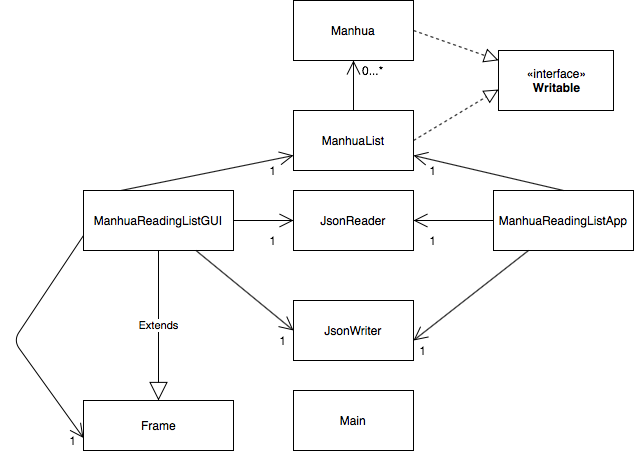
This is UML_Design_Diagram.png from StepC-arch98/Manhua-Reading-List-App, a draw.io export, as it was before one commit. Source tidied: cells renumbered, new cells last; positions are measured from the earlier drawing's top-left corner, leaving out a move shared by most shapes.
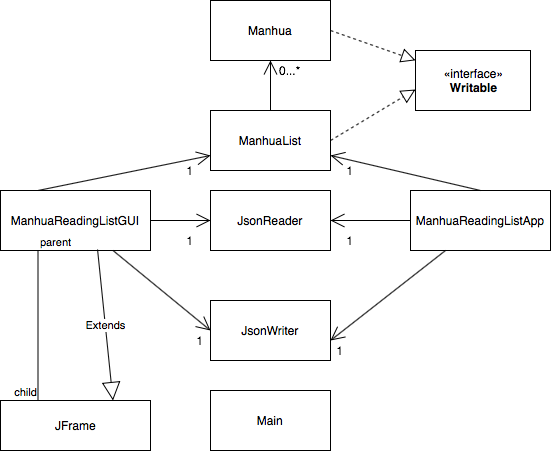
The same diagram one commit later.

Diff of the diagram source:
```diff
@@ -84,21 +84,20 @@
     <mxCell id="26" value="1" style="text;html=1;strokeColor=none;fillColor=none;align=center;verticalAlign=middle;whiteSpace=wrap;rounded=0;" parent="1" vertex="1">
       <mxGeometry x="240" y="160" width="40" height="20" as="geometry" />
     </mxCell>
-    <mxCell id="27" value="Frame" style="html=1;" parent="1" vertex="1">
+    <mxCell id="27" value="JFrame" style="html=1;" parent="1" vertex="1">
       <mxGeometry x="70" y="400" width="150" height="50" as="geometry" />
     </mxCell>
-    <mxCell id="28" value="Extends" style="endArrow=block;endSize=16;endFill=0;html=1;entryX=0.5;entryY=0;entryDx=0;entryDy=0;exitX=0.5;exitY=1;exitDx=0;exitDy=0;" parent="1" edge="1" source="9" target="27">
+    <mxCell id="28" value="Extends" style="endArrow=block;endSize=16;endFill=0;html=1;entryX=0.75;entryY=0;entryDx=0;entryDy=0;exitX=0.647;exitY=0.983;exitDx=0;exitDy=0;exitPerimeter=0;" parent="1" edge="1" source="9" target="27">
       <mxGeometry relative="1" as="geometry" />
     </mxCell>
-    <mxCell id="29" style="endArrow=open;endFill=1;endSize=12;html=1;exitX=0;exitY=0.75;exitDx=0;exitDy=0;entryX=0;entryY=0.75;entryDx=0;entryDy=0;" parent="1" edge="1" source="9" target="27">
-      <mxGeometry relative="1" as="geometry">
-        <Array as="points">
-          <mxPoint y="340" />
-        </Array>
-      </mxGeometry>
+    <mxCell id="29" style="endArrow=none;html=1;edgeStyle=orthogonalEdgeStyle;entryX=0.25;entryY=0;entryDx=0;entryDy=0;exitX=0.25;exitY=1;exitDx=0;exitDy=0;" parent="1" edge="1" source="9" target="27">
+      <mxGeometry relative="1" as="geometry" />
     </mxCell>
-    <mxCell id="30" value="1" style="text;html=1;strokeColor=none;fillColor=none;align=center;verticalAlign=middle;whiteSpace=wrap;rounded=0;" parent="1" vertex="1">
-      <mxGeometry x="40" y="430" width="40" height="20" as="geometry" />
-    </mxCell>
+    <mxCell id="31" value="parent" style="edgeLabel;html=1;align=left;verticalAlign=bottom;" parent="29" vertex="1">
+      <mxGeometry x="-1" relative="1" as="geometry" />
+    </mxCell>
+    <mxCell id="32" value="child" style="edgeLabel;html=1;align=right;verticalAlign=bottom;" parent="29" vertex="1">
+      <mxGeometry x="1" relative="1" as="geometry" />
+    </mxCell>
   </root>
 </mxGraphModel>
```
